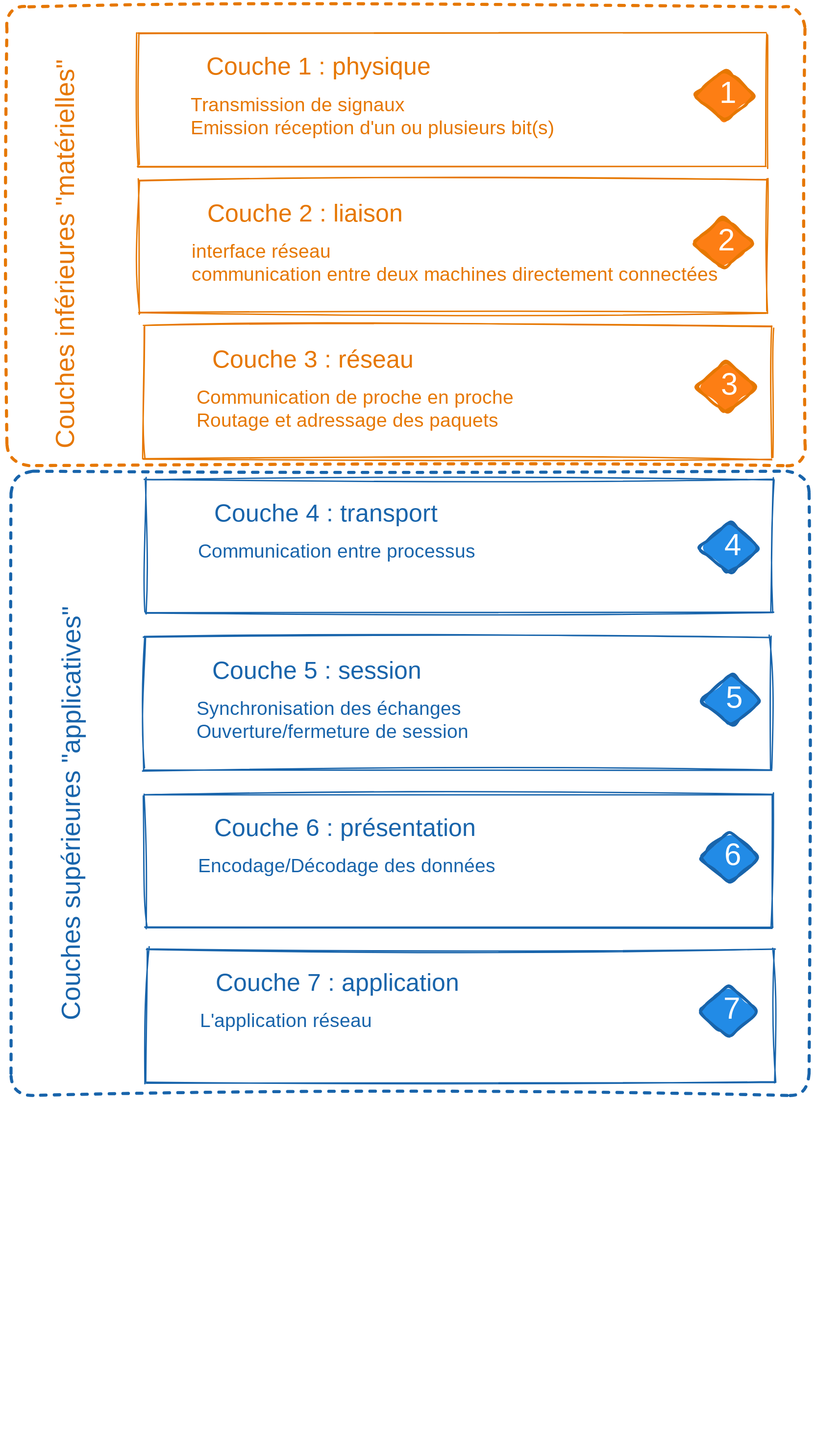
This is notebooks/media/osi-model.excalidraw.svg from ue22-p25/backend, a Excalidraw export, as it was before one commit. Source tidied: one line per element, renumbered; positions are measured from the earlier drawing's top-left corner, leaving out a move shared by most shapes. Source of this version:
```json
{"id": 0, "type": "rectangle", "strokeColor": "#e67700", "strokeWidth": 4, "strokeStyle": "dashed", "roughness": 2, "round": true, "x": 232, "y": 0, "width": 1163, "height": 669}
{"id": 1, "type": "rectangle", "strokeColor": "#e67700", "strokeWidth": 2, "roughness": 2, "x": 423, "y": 38, "width": 915, "height": 194}
{"id": 2, "type": "text", "text": "Couche 1 : physique", "strokeColor": "#e67700", "strokeWidth": 2, "roughness": 2, "fontSize": 36, "fontFamily": 1, "x": 523, "y": 68, "width": 331, "height": 43}
{"id": 3, "type": "text", "text": "Transmission de signaux\nEmission réception d'un ou plusieurs bit(s)", "strokeColor": "#e67700", "strokeWidth": 2, "roughness": 2, "fontSize": 28, "fontFamily": 1, "x": 500, "y": 128, "width": 574, "height": 67}
{"id": 4, "type": "rectangle", "strokeColor": "#e67700", "strokeWidth": 2, "roughness": 2, "x": 431, "y": 465, "width": 915, "height": 194}
{"id": 5, "type": "text", "text": "Couche 3 : réseau", "strokeColor": "#e67700", "strokeWidth": 2, "roughness": 2, "fontSize": 36, "fontFamily": 1, "x": 531, "y": 495, "width": 328, "height": 43}
{"id": 6, "type": "text", "text": "Communication de proche en proche \nRoutage et adressage des paquets", "strokeColor": "#e67700", "strokeWidth": 2, "roughness": 2, "fontSize": 28, "fontFamily": 1, "x": 508, "y": 555, "width": 498, "height": 67}
{"id": 7, "type": "rectangle", "strokeColor": "#e67700", "strokeWidth": 2, "roughness": 2, "x": 424, "y": 253, "width": 915, "height": 194}
{"id": 8, "type": "text", "text": "Couche 2 : liaison", "strokeColor": "#e67700", "strokeWidth": 2, "roughness": 2, "fontSize": 36, "fontFamily": 1, "x": 524, "y": 282, "width": 313, "height": 43}
{"id": 9, "type": "text", "text": "interface réseau \ncommunication entre deux machines directement connectées", "strokeColor": "#e67700", "strokeWidth": 2, "roughness": 2, "fontSize": 28, "fontFamily": 1, "x": 501, "y": 342, "width": 807, "height": 67}
{"id": 10, "type": "rectangle", "strokeColor": "#1864ab", "strokeWidth": 2, "roughness": 2, "x": 434, "y": 690, "width": 915, "height": 194}
{"id": 11, "type": "text", "text": "Couche 4 : transport", "strokeColor": "#1864ab", "strokeWidth": 2, "roughness": 2, "fontSize": 36, "fontFamily": 1, "x": 534, "y": 719, "width": 375, "height": 43}
{"id": 12, "type": "text", "text": "Communication entre processus", "strokeColor": "#1864ab", "strokeWidth": 2, "roughness": 2, "fontSize": 28, "fontFamily": 1, "x": 511, "y": 779, "width": 419, "height": 34}
{"id": 13, "type": "rectangle", "strokeColor": "#1864ab", "strokeWidth": 2, "roughness": 2, "x": 431, "y": 919, "width": 915, "height": 194}
{"id": 14, "type": "text", "text": "Couche 5 : session", "strokeColor": "#1864ab", "strokeWidth": 2, "roughness": 2, "fontSize": 36, "fontFamily": 1, "x": 531, "y": 948, "width": 327, "height": 43}
{"id": 15, "type": "text", "text": "Synchronisation des échanges \nOuverture/fermeture de session", "strokeColor": "#1864ab", "strokeWidth": 2, "roughness": 2, "fontSize": 28, "fontFamily": 1, "x": 508, "y": 1008, "width": 439, "height": 67}
{"id": 16, "type": "rectangle", "strokeColor": "#1864ab", "strokeWidth": 2, "roughness": 2, "x": 434, "y": 1148, "width": 915, "height": 194}
{"id": 17, "type": "text", "text": "Couche 6 : présentation", "strokeColor": "#1864ab", "strokeWidth": 2, "roughness": 2, "fontSize": 36, "fontFamily": 1, "x": 534, "y": 1178, "width": 426, "height": 43}
{"id": 18, "type": "text", "text": "Encodage/Décodage des données", "strokeColor": "#1864ab", "strokeWidth": 2, "roughness": 2, "fontSize": 28, "fontFamily": 1, "x": 511, "y": 1238, "width": 452, "height": 34}
{"id": 19, "type": "rectangle", "strokeColor": "#1864ab", "strokeWidth": 2, "roughness": 2, "x": 436, "y": 1373, "width": 915, "height": 194}
{"id": 20, "type": "text", "text": "Couche 7 : application", "strokeColor": "#1864ab", "strokeWidth": 2, "roughness": 2, "fontSize": 36, "fontFamily": 1, "x": 536, "y": 1403, "width": 385, "height": 43}
{"id": 21, "type": "text", "text": "L'application réseau ", "strokeColor": "#1864ab", "strokeWidth": 2, "roughness": 2, "fontSize": 28, "fontFamily": 1, "x": 513, "y": 1463, "width": 290, "height": 34}
{"id": 22, "type": "diamond", "strokeColor": "#1864ab", "backgroundColor": "#228be6", "fillStyle": "solid", "strokeWidth": 4, "roughness": 2, "round": true, "x": 1239, "y": 1426, "width": 89, "height": 76}
{"id": 23, "type": "text", "text": "7", "strokeColor": "#fff", "strokeWidth": 4, "roughness": 2, "fontSize": 44.02, "fontFamily": 1, "x": 1276, "y": 1437, "width": 24, "height": 53}
{"id": 24, "type": "diamond", "strokeColor": "#1864ab", "backgroundColor": "#228be6", "fillStyle": "solid", "strokeWidth": 4, "roughness": 2, "round": true, "x": 1241, "y": 1201, "width": 89, "height": 76}
{"id": 25, "type": "text", "text": "6", "strokeColor": "#fff", "strokeWidth": 4, "roughness": 2, "fontSize": 44.02, "fontFamily": 1, "x": 1278, "y": 1213, "width": 28, "height": 53}
{"id": 26, "type": "diamond", "strokeColor": "#1864ab", "backgroundColor": "#228be6", "fillStyle": "solid", "strokeWidth": 4, "roughness": 2, "round": true, "x": 1243, "y": 972, "width": 89, "height": 76}
{"id": 27, "type": "text", "text": "5", "strokeColor": "#fff", "strokeWidth": 4, "roughness": 2, "fontSize": 44.02, "fontFamily": 1, "x": 1280, "y": 983, "width": 27, "height": 53}
{"id": 28, "type": "diamond", "strokeColor": "#1864ab", "backgroundColor": "#228be6", "fillStyle": "solid", "strokeWidth": 4, "roughness": 2, "round": true, "x": 1241, "y": 750, "width": 89, "height": 76}
{"id": 29, "type": "text", "text": "4", "strokeColor": "#fff", "strokeWidth": 4, "roughness": 2, "fontSize": 44.02, "fontFamily": 1, "x": 1278, "y": 761, "width": 28, "height": 53}
{"id": 30, "type": "diamond", "strokeColor": "#e67700", "backgroundColor": "#fd7e14", "fillStyle": "solid", "strokeWidth": 4, "roughness": 2, "round": true, "x": 1236, "y": 516, "width": 89, "height": 76}
{"id": 31, "type": "text", "text": "3", "strokeColor": "#fff", "strokeWidth": 4, "roughness": 2, "fontSize": 44.02, "fontFamily": 1, "x": 1273, "y": 527, "width": 30, "height": 53}
{"id": 32, "type": "diamond", "strokeColor": "#e67700", "backgroundColor": "#fd7e14", "fillStyle": "solid", "strokeWidth": 4, "roughness": 2, "round": true, "x": 1231, "y": 306, "width": 89, "height": 76}
{"id": 33, "type": "text", "text": "2", "strokeColor": "#fff", "strokeWidth": 4, "roughness": 2, "fontSize": 44.02, "fontFamily": 1, "x": 1268, "y": 317, "width": 31, "height": 53}
{"id": 34, "type": "diamond", "strokeColor": "#e67700", "backgroundColor": "#fd7e14", "fillStyle": "solid", "strokeWidth": 4, "roughness": 2, "round": true, "x": 1233, "y": 91, "width": 89, "height": 76}
{"id": 35, "type": "text", "text": "1", "strokeColor": "#fff", "backgroundColor": "#fd7e14", "fillStyle": "solid", "strokeWidth": 4, "roughness": 2, "fontSize": 44.02, "fontFamily": 1, "x": 1271, "y": 102, "width": 12, "height": 53}
{"id": 36, "type": "rectangle", "strokeColor": "#1864ab", "strokeWidth": 4, "strokeStyle": "dashed", "roughness": 2, "round": true, "x": 238, "y": 677, "width": 1163, "height": 910}
{"id": 37, "type": "text", "text": "Couches inférieures \"matérielles\"", "strokeColor": "#e67700", "angle": 4.71, "strokeWidth": 4, "strokeStyle": "dashed", "roughness": 2, "fontSize": 38.23, "fontFamily": 1, "x": 17, "y": 317, "width": 607, "height": 46}
{"id": 38, "type": "text", "text": "Couches supérieures \"applicatives\" ", "strokeColor": "#1864ab", "angle": 4.71, "strokeWidth": 4, "strokeStyle": "dashed", "roughness": 2, "fontSize": 38.23, "fontFamily": 1, "x": 0, "y": 1125, "width": 658, "height": 46}
```
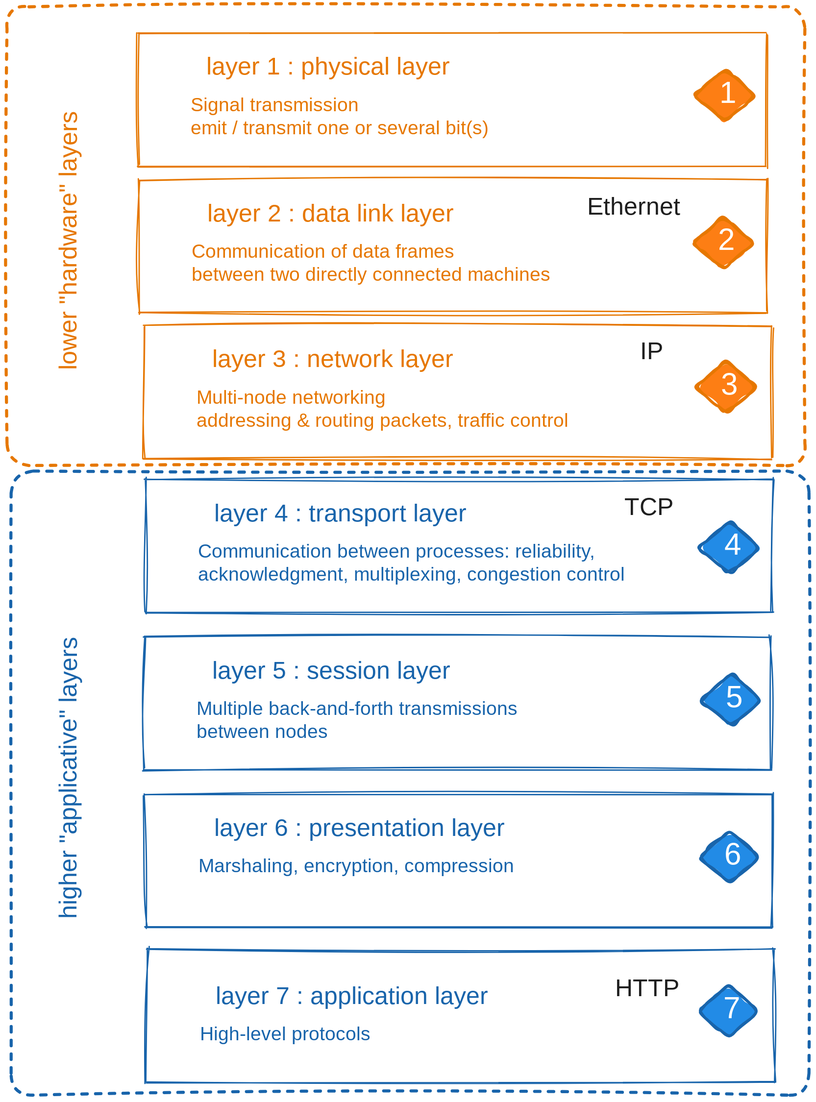
Above is the later version.

What changed in the source:
```diff
@@ -1,25 +1,25 @@
 {"id": 0, "type": "rectangle", "strokeColor": "#e67700", "strokeWidth": 4, "strokeStyle": "dashed", "roughness": 2, "round": true, "x": 232, "y": 0, "width": 1163, "height": 669}
 {"id": 1, "type": "rectangle", "strokeColor": "#e67700", "strokeWidth": 2, "roughness": 2, "x": 423, "y": 38, "width": 915, "height": 194}
-{"id": 2, "type": "text", "text": "Couche 1 : physique", "strokeColor": "#e67700", "strokeWidth": 2, "roughness": 2, "fontSize": 36, "fontFamily": 1, "x": 523, "y": 68, "width": 331, "height": 43}
+{"id": 2, "type": "text", "text": "layer 1 : physical layer", "strokeColor": "#e67700", "strokeWidth": 2, "roughness": 2, "fontSize": 36, "fontFamily": 1, "x": 523, "y": 68, "width": 393, "height": 43}
-{"id": 3, "type": "text", "text": "Transmission de signaux\nEmission réception d'un ou plusieurs bit(s)", "strokeColor": "#e67700", "strokeWidth": 2, "roughness": 2, "fontSize": 28, "fontFamily": 1, "x": 500, "y": 128, "width": 574, "height": 67}
+{"id": 3, "type": "text", "text": "Signal transmission\nemit / transmit one or several bit(s)", "strokeColor": "#e67700", "strokeWidth": 2, "roughness": 2, "fontSize": 28, "fontFamily": 1, "x": 500, "y": 128, "width": 510, "height": 67}
 {"id": 4, "type": "rectangle", "strokeColor": "#e67700", "strokeWidth": 2, "roughness": 2, "x": 431, "y": 465, "width": 915, "height": 194}
-{"id": 5, "type": "text", "text": "Couche 3 : réseau", "strokeColor": "#e67700", "strokeWidth": 2, "roughness": 2, "fontSize": 36, "fontFamily": 1, "x": 531, "y": 495, "width": 328, "height": 43}
+{"id": 5, "type": "text", "text": "layer 3 : network layer", "strokeColor": "#e67700", "strokeWidth": 2, "roughness": 2, "fontSize": 36, "fontFamily": 1, "x": 531, "y": 495, "width": 408, "height": 43}
-{"id": 6, "type": "text", "text": "Communication de proche en proche \nRoutage et adressage des paquets", "strokeColor": "#e67700", "strokeWidth": 2, "roughness": 2, "fontSize": 28, "fontFamily": 1, "x": 508, "y": 555, "width": 498, "height": 67}
+{"id": 6, "type": "text", "text": "Multi-node networking\naddressing & routing packets, traffic control", "strokeColor": "#e67700", "strokeWidth": 2, "roughness": 2, "fontSize": 28, "fontFamily": 1, "x": 508, "y": 554, "width": 625, "height": 67}
 {"id": 7, "type": "rectangle", "strokeColor": "#e67700", "strokeWidth": 2, "roughness": 2, "x": 424, "y": 253, "width": 915, "height": 194}
-{"id": 8, "type": "text", "text": "Couche 2 : liaison", "strokeColor": "#e67700", "strokeWidth": 2, "roughness": 2, "fontSize": 36, "fontFamily": 1, "x": 524, "y": 282, "width": 313, "height": 43}
+{"id": 8, "type": "text", "text": "layer 2 : data link layer", "strokeColor": "#e67700", "strokeWidth": 2, "roughness": 2, "fontSize": 36, "fontFamily": 1, "x": 524, "y": 282, "width": 436, "height": 43}
-{"id": 9, "type": "text", "text": "interface réseau \ncommunication entre deux machines directement connectées", "strokeColor": "#e67700", "strokeWidth": 2, "roughness": 2, "fontSize": 28, "fontFamily": 1, "x": 501, "y": 342, "width": 807, "height": 67}
+{"id": 9, "type": "text", "text": "Communication of data frames\nbetween two directly connected machines", "strokeColor": "#e67700", "strokeWidth": 2, "roughness": 2, "fontSize": 28, "fontFamily": 1, "x": 501, "y": 342, "width": 556, "height": 67}
 {"id": 10, "type": "rectangle", "strokeColor": "#1864ab", "strokeWidth": 2, "roughness": 2, "x": 434, "y": 690, "width": 915, "height": 194}
-{"id": 11, "type": "text", "text": "Couche 4 : transport", "strokeColor": "#1864ab", "strokeWidth": 2, "roughness": 2, "fontSize": 36, "fontFamily": 1, "x": 534, "y": 719, "width": 375, "height": 43}
+{"id": 11, "type": "text", "text": "layer 4 : transport layer", "strokeColor": "#1864ab", "strokeWidth": 2, "roughness": 2, "fontSize": 36, "fontFamily": 1, "x": 534, "y": 719, "width": 445, "height": 43}
-{"id": 12, "type": "text", "text": "Communication entre processus", "strokeColor": "#1864ab", "strokeWidth": 2, "roughness": 2, "fontSize": 28, "fontFamily": 1, "x": 511, "y": 779, "width": 419, "height": 34}
+{"id": 12, "type": "text", "text": "Communication between processes: reliability, \nacknowledgment, multiplexing, congestion control", "strokeColor": "#1864ab", "strokeWidth": 2, "roughness": 2, "fontSize": 28, "fontFamily": 1, "x": 510, "y": 779, "width": 642, "height": 67}
 {"id": 13, "type": "rectangle", "strokeColor": "#1864ab", "strokeWidth": 2, "roughness": 2, "x": 431, "y": 919, "width": 915, "height": 194}
-{"id": 14, "type": "text", "text": "Couche 5 : session", "strokeColor": "#1864ab", "strokeWidth": 2, "roughness": 2, "fontSize": 36, "fontFamily": 1, "x": 531, "y": 948, "width": 327, "height": 43}
+{"id": 14, "type": "text", "text": "layer 5 : session layer", "strokeColor": "#1864ab", "strokeWidth": 2, "roughness": 2, "fontSize": 36, "fontFamily": 1, "x": 531, "y": 948, "width": 397, "height": 43}
-{"id": 15, "type": "text", "text": "Synchronisation des échanges \nOuverture/fermeture de session", "strokeColor": "#1864ab", "strokeWidth": 2, "roughness": 2, "fontSize": 28, "fontFamily": 1, "x": 508, "y": 1008, "width": 439, "height": 67}
+{"id": 15, "type": "text", "text": "Multiple back-and-forth transmissions\nbetween nodes", "strokeColor": "#1864ab", "strokeWidth": 2, "roughness": 2, "fontSize": 28, "fontFamily": 1, "x": 508, "y": 1008, "width": 512, "height": 67}
 {"id": 16, "type": "rectangle", "strokeColor": "#1864ab", "strokeWidth": 2, "roughness": 2, "x": 434, "y": 1148, "width": 915, "height": 194}
-{"id": 17, "type": "text", "text": "Couche 6 : présentation", "strokeColor": "#1864ab", "strokeWidth": 2, "roughness": 2, "fontSize": 36, "fontFamily": 1, "x": 534, "y": 1178, "width": 426, "height": 43}
+{"id": 17, "type": "text", "text": "layer 6 : presentation layer", "strokeColor": "#1864ab", "strokeWidth": 2, "roughness": 2, "fontSize": 36, "fontFamily": 1, "x": 534, "y": 1178, "width": 493, "height": 43}
-{"id": 18, "type": "text", "text": "Encodage/Décodage des données", "strokeColor": "#1864ab", "strokeWidth": 2, "roughness": 2, "fontSize": 28, "fontFamily": 1, "x": 511, "y": 1238, "width": 452, "height": 34}
+{"id": 18, "type": "text", "text": "Marshaling, encryption, compression", "strokeColor": "#1864ab", "strokeWidth": 2, "roughness": 2, "fontSize": 28, "fontFamily": 1, "x": 511, "y": 1238, "width": 468, "height": 34}
 {"id": 19, "type": "rectangle", "strokeColor": "#1864ab", "strokeWidth": 2, "roughness": 2, "x": 436, "y": 1373, "width": 915, "height": 194}
-{"id": 20, "type": "text", "text": "Couche 7 : application", "strokeColor": "#1864ab", "strokeWidth": 2, "roughness": 2, "fontSize": 36, "fontFamily": 1, "x": 536, "y": 1403, "width": 385, "height": 43}
+{"id": 20, "type": "text", "text": "layer 7 : application layer", "strokeColor": "#1864ab", "strokeWidth": 2, "roughness": 2, "fontSize": 36, "fontFamily": 1, "x": 536, "y": 1423, "width": 455, "height": 43}
-{"id": 21, "type": "text", "text": "L'application réseau ", "strokeColor": "#1864ab", "strokeWidth": 2, "roughness": 2, "fontSize": 28, "fontFamily": 1, "x": 513, "y": 1463, "width": 290, "height": 34}
+{"id": 21, "type": "text", "text": "High-level protocols", "strokeColor": "#1864ab", "strokeWidth": 2, "roughness": 2, "fontSize": 28, "fontFamily": 1, "x": 513, "y": 1483, "width": 260, "height": 34}
 {"id": 22, "type": "diamond", "strokeColor": "#1864ab", "backgroundColor": "#228be6", "fillStyle": "solid", "strokeWidth": 4, "roughness": 2, "round": true, "x": 1239, "y": 1426, "width": 89, "height": 76}
 {"id": 23, "type": "text", "text": "7", "strokeColor": "#fff", "strokeWidth": 4, "roughness": 2, "fontSize": 44.02, "fontFamily": 1, "x": 1276, "y": 1437, "width": 24, "height": 53}
 {"id": 24, "type": "diamond", "strokeColor": "#1864ab", "backgroundColor": "#228be6", "fillStyle": "solid", "strokeWidth": 4, "roughness": 2, "round": true, "x": 1241, "y": 1201, "width": 89, "height": 76}
@@ -35,5 +35,9 @@
 {"id": 34, "type": "diamond", "strokeColor": "#e67700", "backgroundColor": "#fd7e14", "fillStyle": "solid", "strokeWidth": 4, "roughness": 2, "round": true, "x": 1233, "y": 91, "width": 89, "height": 76}
 {"id": 35, "type": "text", "text": "1", "strokeColor": "#fff", "backgroundColor": "#fd7e14", "fillStyle": "solid", "strokeWidth": 4, "roughness": 2, "fontSize": 44.02, "fontFamily": 1, "x": 1271, "y": 102, "width": 12, "height": 53}
 {"id": 36, "type": "rectangle", "strokeColor": "#1864ab", "strokeWidth": 4, "strokeStyle": "dashed", "roughness": 2, "round": true, "x": 238, "y": 677, "width": 1163, "height": 910}
-{"id": 37, "type": "text", "text": "Couches inférieures \"matérielles\"", "strokeColor": "#e67700", "angle": 4.71, "strokeWidth": 4, "strokeStyle": "dashed", "roughness": 2, "fontSize": 38.23, "fontFamily": 1, "x": 17, "y": 317, "width": 607, "height": 46}
+{"id": 37, "type": "text", "text": "lower \"hardware\" layers", "strokeColor": "#e67700", "angle": 4.71, "strokeWidth": 4, "strokeStyle": "dashed", "roughness": 2, "fontSize": 36, "fontFamily": 1, "textAlign": "center", "x": 119, "y": 319, "width": 410, "height": 43}
-{"id": 38, "type": "text", "text": "Couches supérieures \"applicatives\" ", "strokeColor": "#1864ab", "angle": 4.71, "strokeWidth": 4, "strokeStyle": "dashed", "roughness": 2, "fontSize": 38.23, "fontFamily": 1, "x": 0, "y": 1125, "width": 658, "height": 46}
+{"id": 38, "type": "text", "text": "higher \"applicative\" layers", "strokeColor": "#1864ab", "angle": 4.71, "strokeWidth": 4, "strokeStyle": "dashed", "roughness": 2, "fontSize": 36, "fontFamily": 1, "textAlign": "center", "x": 101, "y": 1103, "width": 447, "height": 43}
+{"id": 39, "type": "text", "text": "Ethernet", "strokeColor": "#1e1e1e", "strokeWidth": 2, "roughness": 1, "fontSize": 36, "fontFamily": 5, "textAlign": "center", "x": 1066, "y": 271, "width": 158, "height": 45}
+{"id": 40, "type": "text", "text": "IP", "strokeColor": "#1e1e1e", "strokeWidth": 2, "roughness": 1, "fontSize": 36, "fontFamily": 5, "textAlign": "center", "x": 1149, "y": 482, "width": 45, "height": 45}
+{"id": 41, "type": "text", "text": "TCP", "strokeColor": "#1e1e1e", "strokeWidth": 2, "roughness": 1, "fontSize": 36, "fontFamily": 5, "textAlign": "center", "x": 1128, "y": 709, "width": 79, "height": 45}
+{"id": 42, "type": "text", "text": "HTTP", "strokeColor": "#1e1e1e", "strokeWidth": 2, "roughness": 1, "fontSize": 36, "fontFamily": 5, "textAlign": "center", "x": 1112, "y": 1411, "width": 107, "height": 45}
```
